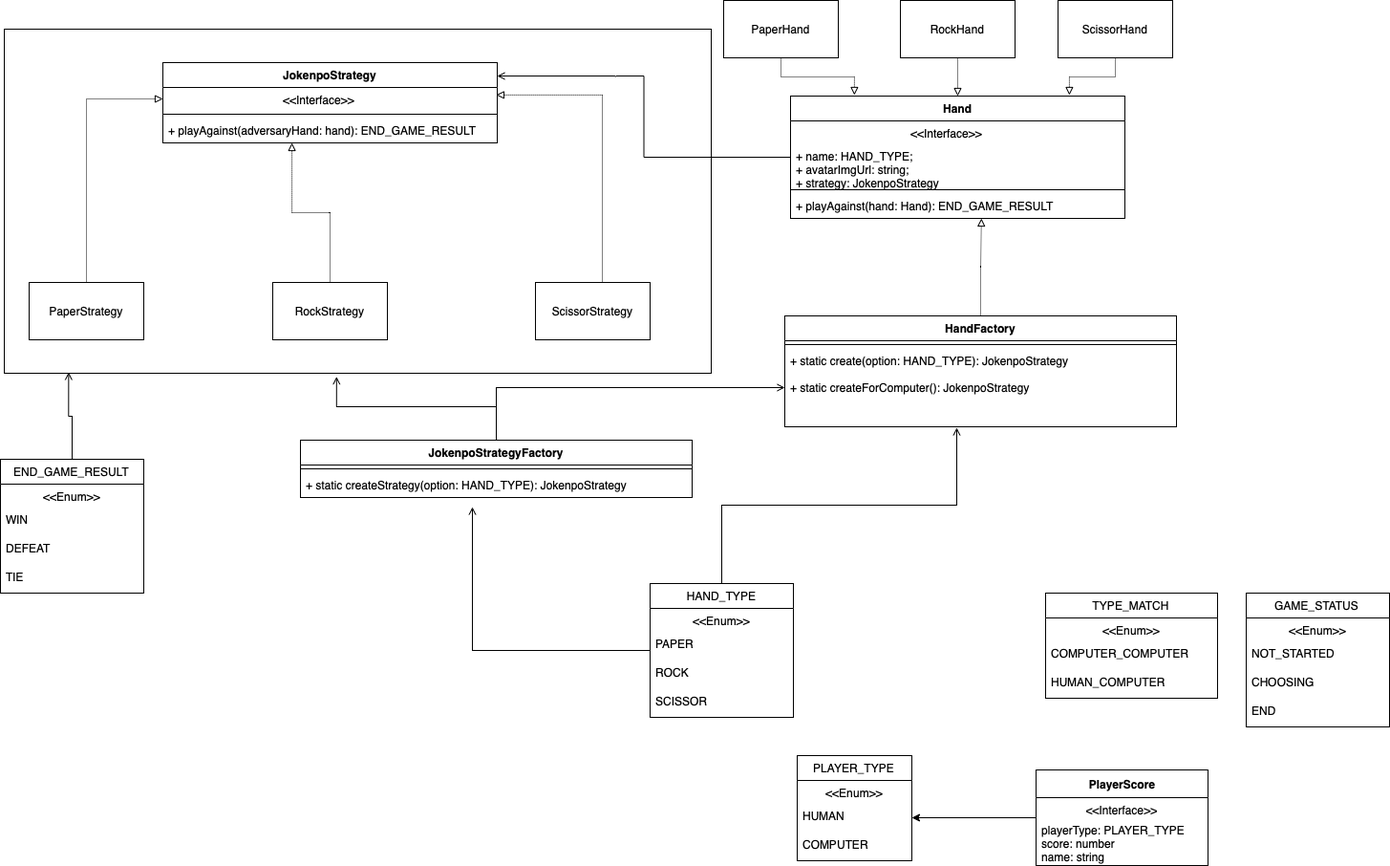
adrianlemess/jokenpo-game-angular keeps this draw.io diagram as docs-image/diagram.png. Above is the earlier version. Source tidied: cells renumbered, new cells last; positions are measured from the earlier drawing's top-left corner, leaving out a move shared by most shapes.
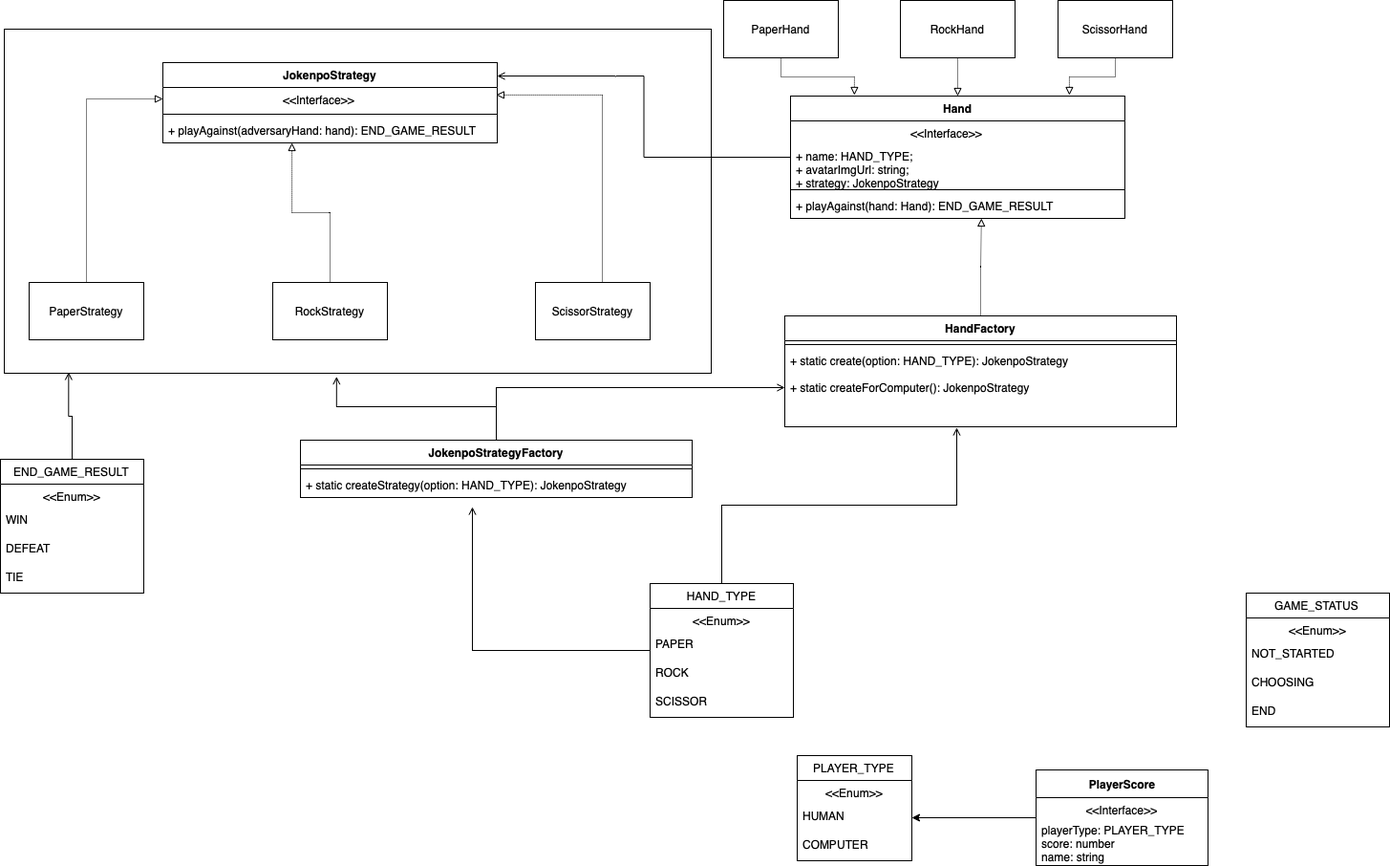
Later version of the same file.

Change to the diagram source:
```diff
@@ -47,18 +47,6 @@
     <mxCell id="16" value="playerType: PLAYER_TYPE&lt;br&gt;score: number&lt;br&gt;name: string" style="text;html=1;strokeColor=none;fillColor=none;align=left;verticalAlign=middle;spacingLeft=4;spacingRight=4;overflow=hidden;" parent="14" vertex="1">
       <mxGeometry y="54" width="180" height="46" as="geometry" />
     </mxCell>
-    <mxCell id="17" value="TYPE_MATCH" style="swimlane;fontStyle=0;horizontal=1;startSize=26;fillColor=none;spacing=6;" parent="1" vertex="1">
-      <mxGeometry x="1094" y="620" width="180" height="110" as="geometry" />
-    </mxCell>
-    <mxCell id="18" value="&lt;&lt;Enum&gt;&gt;" style="text;strokeColor=none;fillColor=none;align=center;verticalAlign=top;spacingLeft=4;spacingRight=4;overflow=hidden;" parent="17" vertex="1">
-      <mxGeometry y="26" width="180" height="24" as="geometry" />
-    </mxCell>
-    <mxCell id="19" value="COMPUTER_COMPUTER" style="text;strokeColor=none;fillColor=none;align=left;verticalAlign=top;spacingLeft=4;spacingRight=4;overflow=hidden;" parent="17" vertex="1">
-      <mxGeometry y="50" width="180" height="30" as="geometry" />
-    </mxCell>
-    <mxCell id="20" value="HUMAN_COMPUTER" style="text;strokeColor=none;fillColor=none;align=left;verticalAlign=top;spacingLeft=4;spacingRight=4;overflow=hidden;" parent="17" vertex="1">
-      <mxGeometry y="80" width="180" height="30" as="geometry" />
-    </mxCell>
     <mxCell id="21" value="JokenpoStrategy" style="swimlane;fontStyle=1;align=center;verticalAlign=top;horizontal=1;startSize=26;" parent="1" vertex="1">
       <mxGeometry x="170" y="65" width="350" height="84" as="geometry" />
     </mxCell>
```
